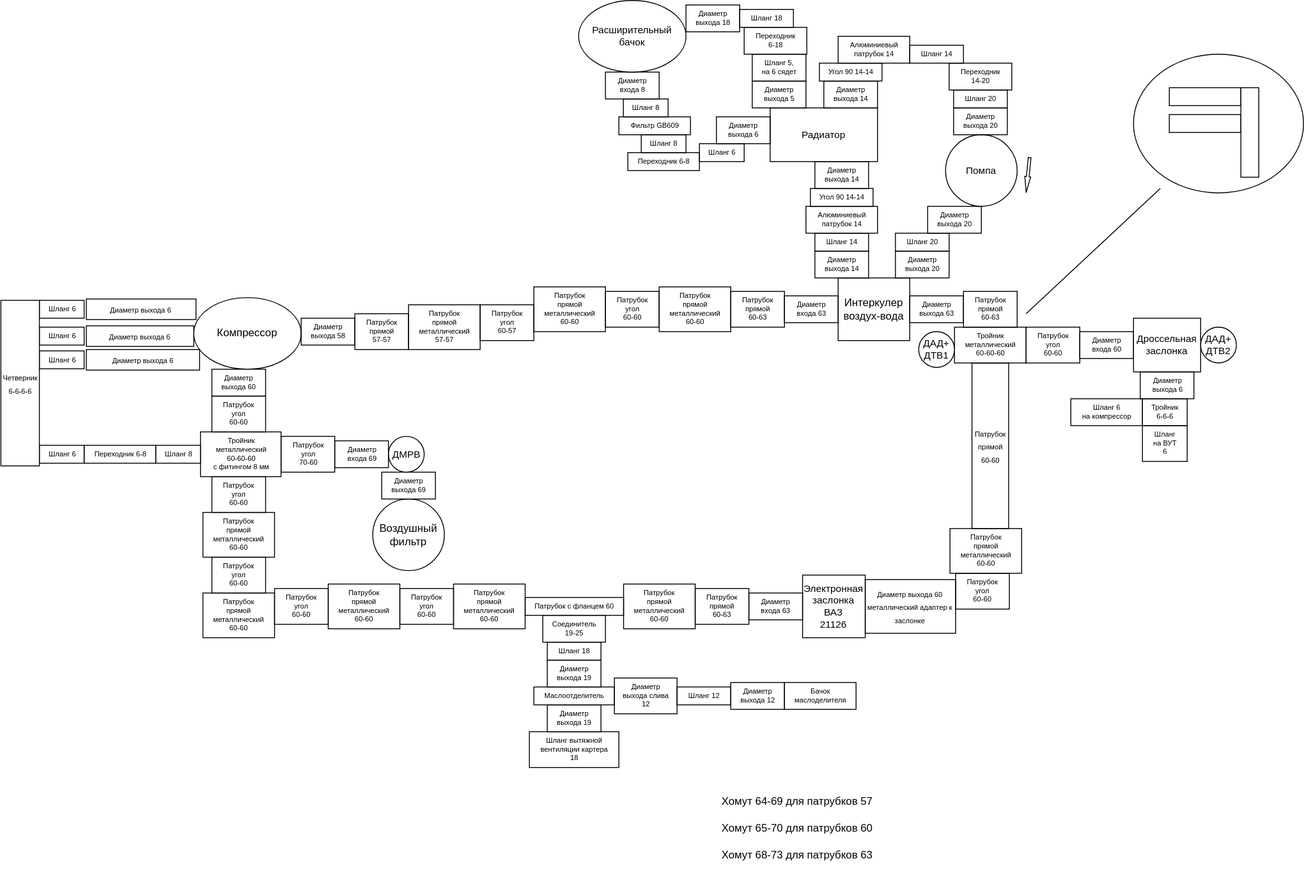
The draw.io diagram pipes_scheme.drawio.svg in kak-tus/compressor, before a commit. Source tidied: cells renumbered, new cells last; positions are measured from the earlier drawing's top-left corner, leaving out a move shared by most shapes.
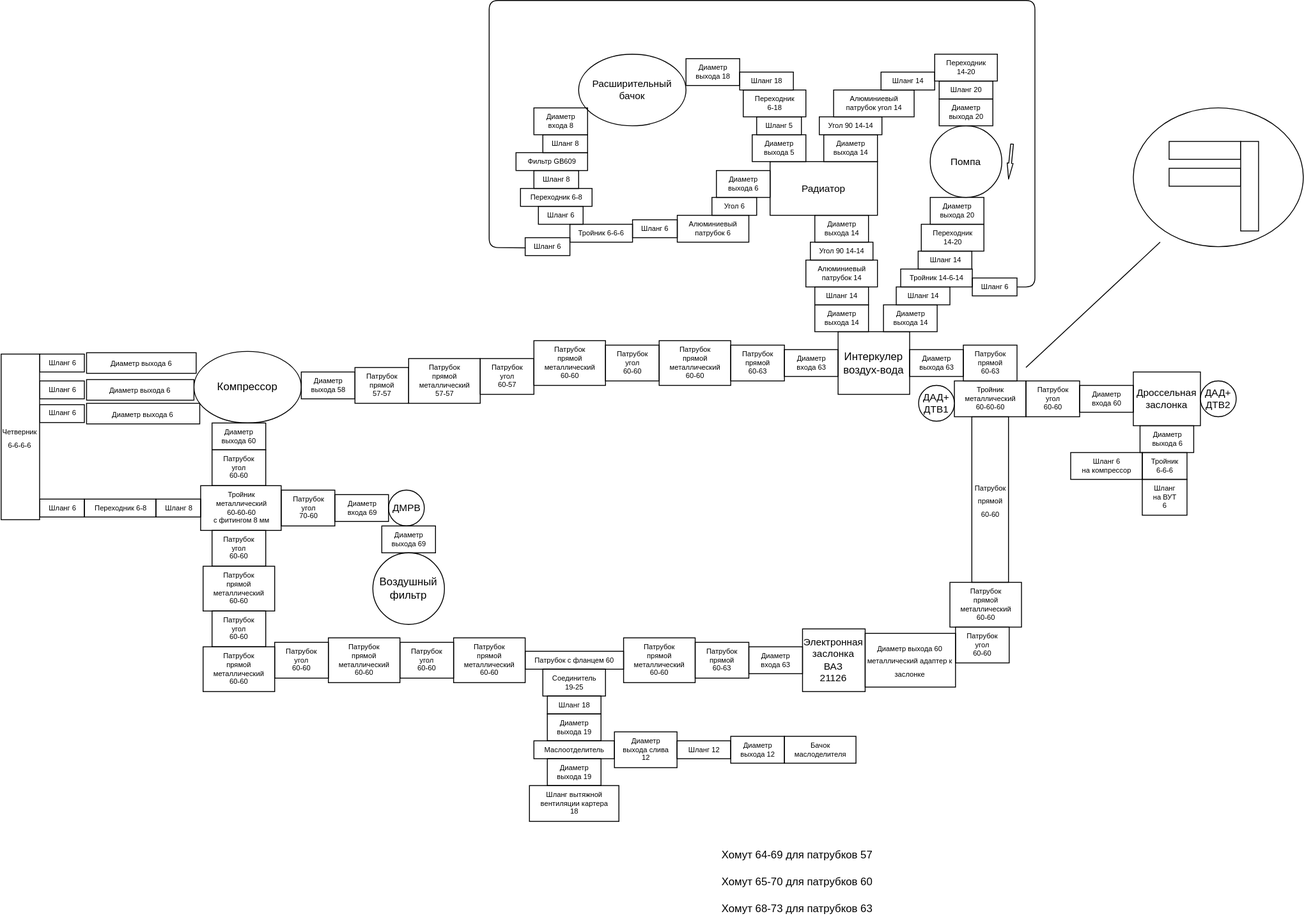
The same file after the commit.

Commit message:
Rework cooling system.

Indicate pump work (flow in extra tank).
Pump must be placed at lower level, than extra tank or radiator.

What changed in the source:
```diff
@@ -27,7 +27,7 @@
       <mxGeometry x="646" width="120" height="80" as="geometry" />
     </mxCell>
     <mxCell id="10" value="Помпа" style="ellipse;whiteSpace=wrap;html=1;fontFamily=Helvetica;fontSize=11;fontColor=default;" parent="1" vertex="1">
-      <mxGeometry x="1056" y="150" width="80" height="80" as="geometry" />
+      <mxGeometry x="1039" y="80" width="80" height="80" as="geometry" />
     </mxCell>
     <mxCell id="11" value="ДМРВ" style="ellipse;whiteSpace=wrap;html=1;fontFamily=Helvetica;fontSize=11;fontColor=default;" parent="1" vertex="1">
       <mxGeometry x="433.5" y="487" width="40" height="40" as="geometry" />
@@ -72,20 +72,14 @@
       <mxGeometry x="766" y="5" width="60" height="30" as="geometry" />
     </mxCell>
     <mxCell id="25" value="Диаметр&lt;br style=&quot;font-size: 8px;&quot;&gt;входа 8" style="text;html=1;align=center;verticalAlign=middle;strokeColor=default;fillColor=none;fontSize=8;" parent="1" vertex="1">
-      <mxGeometry x="676" y="80" width="60" height="30" as="geometry" />
+      <mxGeometry x="596" y="60" width="60" height="30" as="geometry" />
     </mxCell>
     <mxCell id="26" value="Диаметр&lt;br style=&quot;font-size: 8px;&quot;&gt;выхода 14" style="text;html=1;align=center;verticalAlign=middle;strokeColor=default;fillColor=none;fontSize=8;" parent="1" vertex="1">
       <mxGeometry x="910" y="280" width="60" height="30" as="geometry" />
     </mxCell>
-    <mxCell id="27" value="Диаметр&lt;br style=&quot;font-size: 8px;&quot;&gt;выхода 20" style="text;html=1;align=center;verticalAlign=middle;strokeColor=default;fillColor=none;fontSize=8;" parent="1" vertex="1">
-      <mxGeometry x="1000" y="280" width="60" height="30" as="geometry" />
-    </mxCell>
     <mxCell id="28" value="Диаметр&lt;br style=&quot;font-size: 8px;&quot;&gt;выхода 20" style="text;html=1;align=center;verticalAlign=middle;strokeColor=default;fillColor=none;fontSize=8;" parent="1" vertex="1">
-      <mxGeometry x="1036" y="230" width="60" height="30" as="geometry" />
+      <mxGeometry x="1039" y="160" width="60" height="30" as="geometry" />
     </mxCell>
-    <mxCell id="29" value="Шланг 20" style="text;html=1;align=center;verticalAlign=middle;strokeColor=default;fillColor=none;fontSize=8;" parent="1" vertex="1">
-      <mxGeometry x="1000" y="260" width="60" height="20" as="geometry" />
-    </mxCell>
     <mxCell id="30" value="Диаметр&lt;br style=&quot;font-size: 8px;&quot;&gt;выхода 14" style="text;html=1;align=center;verticalAlign=middle;strokeColor=default;fillColor=none;fontSize=8;" parent="1" vertex="1">
       <mxGeometry x="910" y="180" width="60" height="30" as="geometry" />
     </mxCell>
@@ -96,34 +90,34 @@
       <mxGeometry x="910" y="260" width="60" height="20" as="geometry" />
     </mxCell>
     <mxCell id="33" value="Диаметр&lt;br style=&quot;font-size: 8px;&quot;&gt;выхода 20" style="text;html=1;align=center;verticalAlign=middle;strokeColor=default;fillColor=none;fontSize=8;" parent="1" vertex="1">
-      <mxGeometry x="1065" y="120" width="60" height="30" as="geometry" />
+      <mxGeometry x="1049" y="50" width="60" height="30" as="geometry" />
     </mxCell>
     <mxCell id="34" value="Шланг 14" style="text;html=1;align=center;verticalAlign=middle;strokeColor=default;fillColor=none;fontSize=8;" parent="1" vertex="1">
-      <mxGeometry x="1016" y="50" width="60" height="20" as="geometry" />
+      <mxGeometry x="984" y="20" width="60" height="20" as="geometry" />
     </mxCell>
     <mxCell id="35" value="Переходник&lt;br&gt;14-20" style="text;html=1;align=center;verticalAlign=middle;strokeColor=default;fillColor=none;fontSize=8;" parent="1" vertex="1">
-      <mxGeometry x="1060" y="70" width="70" height="30" as="geometry" />
+      <mxGeometry x="1044" width="70" height="30" as="geometry" />
     </mxCell>
     <mxCell id="36" value="Диаметр&lt;br style=&quot;font-size: 8px;&quot;&gt;выхода 5" style="text;html=1;align=center;verticalAlign=middle;strokeColor=default;fillColor=none;fontSize=8;" parent="1" vertex="1">
       <mxGeometry x="840" y="90" width="60" height="30" as="geometry" />
     </mxCell>
     <mxCell id="37" value="Переходник&lt;br&gt;6-18" style="text;html=1;align=center;verticalAlign=middle;strokeColor=default;fillColor=none;fontSize=8;" parent="1" vertex="1">
-      <mxGeometry x="831" y="30" width="70" height="30" as="geometry" />
+      <mxGeometry x="830" y="40" width="70" height="30" as="geometry" />
     </mxCell>
-    <mxCell id="38" value="Шланг 5,&lt;br&gt;на 6 сядет" style="text;html=1;align=center;verticalAlign=middle;strokeColor=default;fillColor=none;fontSize=8;" parent="1" vertex="1">
-      <mxGeometry x="840" y="60" width="60" height="30" as="geometry" />
+    <mxCell id="38" value="Шланг 5" style="text;html=1;align=center;verticalAlign=middle;strokeColor=default;fillColor=none;fontSize=8;" parent="1" vertex="1">
+      <mxGeometry x="845" y="70" width="50" height="20" as="geometry" />
     </mxCell>
     <mxCell id="39" value="Шланг 18" style="text;html=1;align=center;verticalAlign=middle;strokeColor=default;fillColor=none;fontSize=8;" parent="1" vertex="1">
-      <mxGeometry x="826" y="10" width="60" height="20" as="geometry" />
+      <mxGeometry x="826" y="20" width="60" height="20" as="geometry" />
     </mxCell>
     <mxCell id="40" value="Шланг 20" style="text;html=1;align=center;verticalAlign=middle;strokeColor=default;fillColor=none;fontSize=8;" parent="1" vertex="1">
-      <mxGeometry x="1065" y="100" width="60" height="20" as="geometry" />
+      <mxGeometry x="1049" y="30" width="60" height="20" as="geometry" />
     </mxCell>
     <mxCell id="41" value="Диаметр&lt;br style=&quot;font-size: 8px;&quot;&gt;выхода 6" style="text;html=1;align=center;verticalAlign=middle;strokeColor=default;fillColor=none;fontSize=8;" parent="1" vertex="1">
       <mxGeometry x="800" y="130" width="60" height="30" as="geometry" />
     </mxCell>
     <mxCell id="42" value="Шланг 8" style="text;html=1;align=center;verticalAlign=middle;strokeColor=default;fillColor=none;fontSize=8;" parent="1" vertex="1">
-      <mxGeometry x="716" y="150" width="50" height="20" as="geometry" />
+      <mxGeometry x="596" y="130" width="50" height="20" as="geometry" />
     </mxCell>
     <mxCell id="43" value="Шланг 6" style="text;html=1;align=center;verticalAlign=middle;strokeColor=default;fillColor=none;fontSize=8;" parent="1" vertex="1">
       <mxGeometry x="43.5" y="365" width="50" height="20" as="geometry" />
@@ -161,8 +155,8 @@
     <mxCell id="54" value="Угол 90 14-14" style="text;html=1;align=center;verticalAlign=middle;strokeColor=default;fillColor=none;fontSize=8;" parent="1" vertex="1">
       <mxGeometry x="915" y="70" width="70" height="20" as="geometry" />
     </mxCell>
-    <mxCell id="55" value="Алюминиевый&lt;br&gt;патрубок 14" style="text;html=1;align=center;verticalAlign=middle;strokeColor=default;fillColor=none;fontSize=8;" parent="1" vertex="1">
-      <mxGeometry x="936" y="40" width="80" height="30" as="geometry" />
+    <mxCell id="55" value="Алюминиевый&lt;br&gt;патрубок угол 14" style="text;html=1;align=center;verticalAlign=middle;strokeColor=default;fillColor=none;fontSize=8;" parent="1" vertex="1">
+      <mxGeometry x="931" y="40" width="90" height="30" as="geometry" />
     </mxCell>
     <mxCell id="56" value="&lt;span style=&quot;font-size: 8px;&quot;&gt;Диаметр&amp;nbsp;&lt;/span&gt;&lt;span style=&quot;font-size: 8px;&quot;&gt;выхода 60&lt;/span&gt;&lt;br style=&quot;border-color: var(--border-color); font-size: 8px;&quot;&gt;&lt;span style=&quot;font-size: 8px;&quot;&gt;металлический&amp;nbsp;&lt;/span&gt;&lt;span style=&quot;font-size: 8px;&quot;&gt;адаптер к&amp;nbsp;&lt;/span&gt;&lt;span style=&quot;font-size: 8px;&quot;&gt;заслонке&lt;/span&gt;" style="rounded=0;whiteSpace=wrap;html=1;strokeColor=default;fillColor=none;" parent="1" vertex="1">
       <mxGeometry x="966.2" y="647" width="101" height="60" as="geometry" />
@@ -315,22 +309,65 @@
       <mxGeometry x="0.5" y="335" width="43" height="185" as="geometry" />
     </mxCell>
     <mxCell id="105" value="Шланг 6" style="text;html=1;align=center;verticalAlign=middle;strokeColor=default;fillColor=none;fontSize=8;" parent="1" vertex="1">
-      <mxGeometry x="781" y="160" width="50" height="20" as="geometry" />
+      <mxGeometry x="706.2" y="185" width="50" height="20" as="geometry" />
     </mxCell>
     <mxCell id="106" value="Переходник 6-8" style="text;html=1;align=center;verticalAlign=middle;strokeColor=default;fillColor=none;fontSize=8;" parent="1" vertex="1">
-      <mxGeometry x="701" y="170" width="80" height="20" as="geometry" />
+      <mxGeometry x="581" y="150" width="80" height="20" as="geometry" />
     </mxCell>
     <mxCell id="107" style="shape=flexArrow;endArrow=classic;html=1;endWidth=2.5428784489187173;endSize=5.6013422818791945;width=3.0555555555555554;" parent="1" edge="1">
       <mxGeometry relative="1" as="geometry">
-        <mxPoint x="1150" y="175" as="sourcePoint" />
-        <mxPoint x="1146" y="215" as="targetPoint" />
+        <mxPoint x="1130.5" y="100" as="sourcePoint" />
+        <mxPoint x="1126.5" y="140" as="targetPoint" />
       </mxGeometry>
     </mxCell>
     <mxCell id="108" value="Фильтр&amp;nbsp;GB609" style="text;html=1;align=center;verticalAlign=middle;strokeColor=default;fillColor=none;fontSize=8;" parent="1" vertex="1">
-      <mxGeometry x="691" y="130" width="80" height="20" as="geometry" />
+      <mxGeometry x="576" y="110" width="80" height="20" as="geometry" />
     </mxCell>
     <mxCell id="109" value="Шланг 8" style="text;html=1;align=center;verticalAlign=middle;strokeColor=default;fillColor=none;fontSize=8;" parent="1" vertex="1">
-      <mxGeometry x="696" y="110" width="50" height="20" as="geometry" />
+      <mxGeometry x="606" y="90" width="50" height="20" as="geometry" />
     </mxCell>
+    <mxCell id="110" value="Диаметр&lt;br style=&quot;font-size: 8px;&quot;&gt;выхода 14" style="text;html=1;align=center;verticalAlign=middle;strokeColor=default;fillColor=none;fontSize=8;" parent="1" vertex="1">
+      <mxGeometry x="986.8" y="280" width="60" height="30" as="geometry" />
+    </mxCell>
+    <mxCell id="111" value="Шланг 14" style="text;html=1;align=center;verticalAlign=middle;strokeColor=default;fillColor=none;fontSize=8;" parent="1" vertex="1">
+      <mxGeometry x="1001" y="260" width="60" height="20" as="geometry" />
+    </mxCell>
+    <mxCell id="112" value="Тройник 14-6-14" style="text;html=1;align=center;verticalAlign=middle;strokeColor=default;fillColor=none;fontSize=8;" parent="1" vertex="1">
+      <mxGeometry x="1006" y="240" width="80" height="20" as="geometry" />
+    </mxCell>
+    <mxCell id="113" value="Шланг 14" style="text;html=1;align=center;verticalAlign=middle;strokeColor=default;fillColor=none;fontSize=8;" parent="1" vertex="1">
+      <mxGeometry x="1025.5" y="220" width="60" height="20" as="geometry" />
+    </mxCell>
+    <mxCell id="114" value="Переходник&lt;br&gt;14-20" style="text;html=1;align=center;verticalAlign=middle;strokeColor=default;fillColor=none;fontSize=8;" parent="1" vertex="1">
+      <mxGeometry x="1029" y="190" width="70" height="30" as="geometry" />
+    </mxCell>
+    <mxCell id="115" value="Угол 6" style="text;html=1;align=center;verticalAlign=middle;strokeColor=default;fillColor=none;fontSize=8;" parent="1" vertex="1">
+      <mxGeometry x="795" y="160" width="50" height="20" as="geometry" />
+    </mxCell>
+    <mxCell id="116" value="Алюминиевый&lt;br&gt;патрубок 6" style="text;html=1;align=center;verticalAlign=middle;strokeColor=default;fillColor=none;fontSize=8;" parent="1" vertex="1">
+      <mxGeometry x="756.2" y="180" width="80" height="30" as="geometry" />
+    </mxCell>
+    <mxCell id="117" value="Тройник 6-6-6" style="text;html=1;align=center;verticalAlign=middle;strokeColor=default;fillColor=none;fontSize=8;" parent="1" vertex="1">
+      <mxGeometry x="636.2" y="190" width="70" height="20" as="geometry" />
+    </mxCell>
+    <mxCell id="118" value="Шланг 6" style="text;html=1;align=center;verticalAlign=middle;strokeColor=default;fillColor=none;fontSize=8;" parent="1" vertex="1">
+      <mxGeometry x="601" y="170" width="50" height="20" as="geometry" />
+    </mxCell>
+    <mxCell id="119" style="edgeStyle=none;html=1;exitX=1;exitY=0.5;exitDx=0;exitDy=0;exitPerimeter=0;entryX=0.01;entryY=0.57;entryDx=0;entryDy=0;entryPerimeter=0;endArrow=none;endFill=0;" parent="1" edge="1" source="120" target="121">
+      <mxGeometry relative="1" as="geometry">
+        <Array as="points">
+          <mxPoint x="1156" y="260" />
+          <mxPoint x="1156" y="-60" />
+          <mxPoint x="546" y="-60" />
+          <mxPoint x="546" y="216" />
+        </Array>
+      </mxGeometry>
+    </mxCell>
+    <mxCell id="120" value="Шланг 6" style="text;html=1;align=center;verticalAlign=middle;points=[[1,0.5,0,0,0]];strokeColor=default;fillColor=none;fontSize=8;" parent="1" vertex="1">
+      <mxGeometry x="1086" y="250" width="50" height="20" as="geometry" />
+    </mxCell>
+    <mxCell id="121" value="Шланг 6" style="text;html=1;align=center;verticalAlign=middle;points=[[0.01,0.57,0,0,0]];strokeColor=default;fillColor=none;fontSize=8;" parent="1" vertex="1">
+      <mxGeometry x="586.2" y="205" width="50" height="20" as="geometry" />
+    </mxCell>
   </root>
 </mxGraphModel>
```
